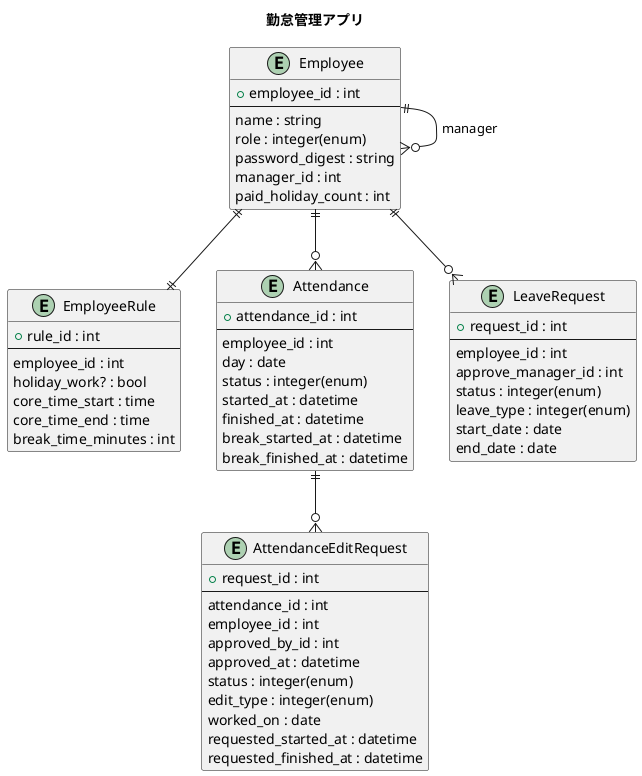
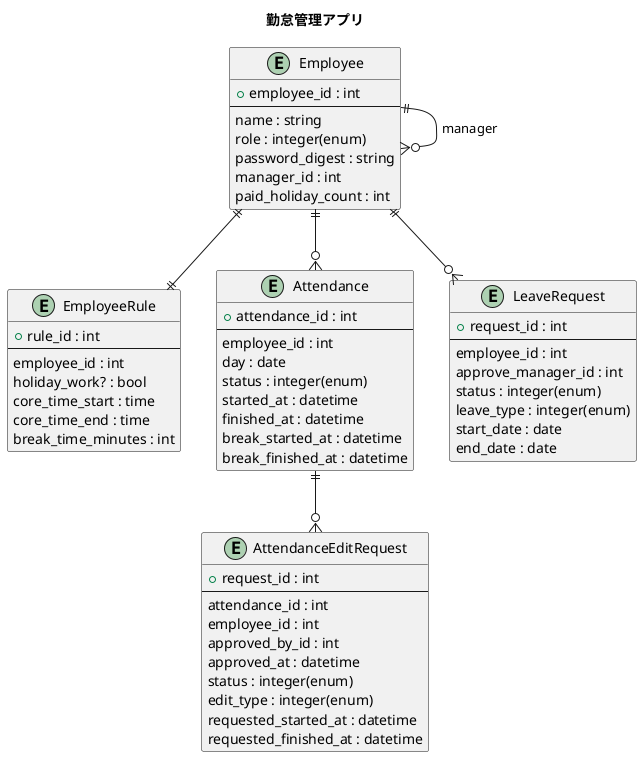
@startuml
title 勤怠管理アプリ

entity Employee {
  + employee_id : int
  --
  name : string
  role : integer(enum)
  password_digest : string
  manager_id : int
  paid_holiday_count : int
}
Employee ||--o{ Employee : manager

entity EmployeeRule {
  + rule_id : int
  --
  employee_id : int
  holiday_work? : bool
  core_time_start : time
  core_time_end : time
  break_time_minutes : int
}

Employee ||--||EmployeeRule

entity Attendance {
  + attendance_id : int
  --
  employee_id : int
  day : date
  status : integer(enum)
  started_at : datetime
  finished_at : datetime
  break_started_at : datetime
  break_finished_at : datetime
}

entity AttendanceEditRequest{
  + request_id : int
  --
  attendance_id : int
  employee_id : int
  approved_by_id : int
  approved_at : datetime
  status : integer(enum)
  edit_type : integer(enum)
-   worked_on : date
  requested_started_at : datetime
  requested_finished_at : datetime
}

entity LeaveRequest{
  + request_id : int
  --
  employee_id : int
  approve_manager_id : int
  status : integer(enum)
  leave_type : integer(enum)
  start_date : date
  end_date : date
}

Employee ||--o{ Attendance
Employee ||--o{ LeaveRequest
Attendance ||--o{ AttendanceEditRequest


@enduml